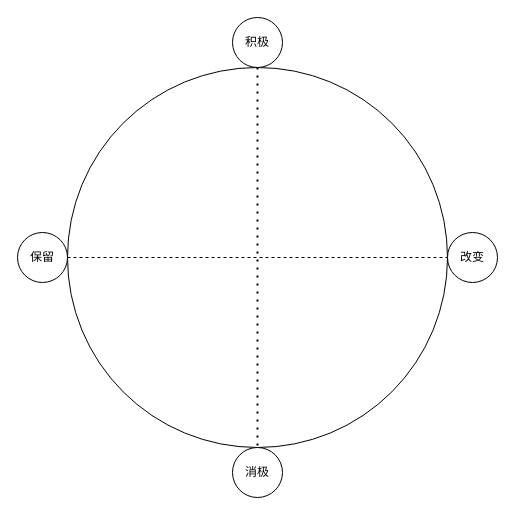
Above: 改变之轮.drawio in jack-sung/test (draw.io), before the change. Source tidied: cells renumbered, new cells numbered last; positions are measured from the earlier drawing's top-left corner, leaving out a move shared by most shapes. Both pictures are drawn from the tidied source at 100%, with x=0, y=0 at pixel (17, 17).
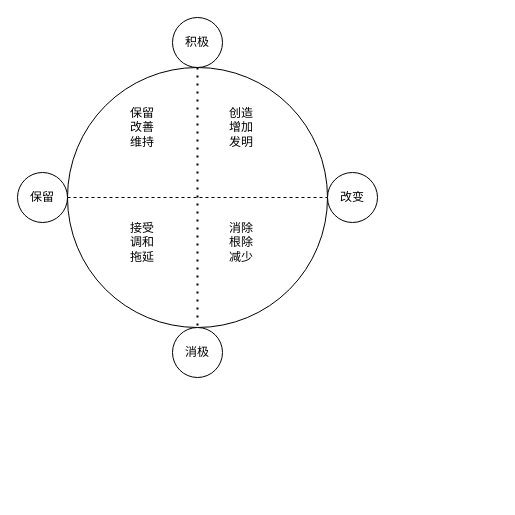
The same page after the edit.

Commit message (it also covers changes not shown here):
更新改变之轮.drawio

Diff of the diagram source:
```diff
@@
 <mxGraphModel>
   <root>
     <mxCell id="0" />
     <mxCell id="1" parent="0" />
     <mxCell id="2" style="ellipse;whiteSpace=wrap;html=1;" parent="1" vertex="1">
-      <mxGeometry x="50" y="50" width="380" height="380" as="geometry" />
+      <mxGeometry x="50" y="50" width="260" height="260" as="geometry" />
     </mxCell>
     <mxCell id="3" value="积极" style="ellipse;whiteSpace=wrap;html=1;" parent="1" vertex="1">
-      <mxGeometry x="215" width="50" height="50" as="geometry" />
+      <mxGeometry x="155" width="50" height="50" as="geometry" />
     </mxCell>
     <mxCell id="4" value="消极" style="ellipse;whiteSpace=wrap;html=1;" parent="1" vertex="1">
-      <mxGeometry x="215" y="430" width="50" height="50" as="geometry" />
+      <mxGeometry x="155" y="310" width="50" height="50" as="geometry" />
     </mxCell>
     <mxCell id="5" value="保留" style="ellipse;whiteSpace=wrap;html=1;" parent="1" vertex="1">
-      <mxGeometry y="215" width="50" height="50" as="geometry" />
+      <mxGeometry y="155" width="50" height="50" as="geometry" />
     </mxCell>
     <mxCell id="6" value="改变" style="ellipse;whiteSpace=wrap;html=1;" parent="1" vertex="1">
-      <mxGeometry x="430" y="215" width="50" height="50" as="geometry" />
+      <mxGeometry x="310" y="155" width="50" height="50" as="geometry" />
     </mxCell>
     <mxCell id="7" style="endArrow=none;dashed=1;html=1;dashPattern=1 3;strokeWidth=2;rounded=0;entryX=0.5;entryY=1;entryDx=0;entryDy=0;" parent="1" edge="1" source="3" target="2">
       <mxGeometry relative="1" as="geometry" />
     </mxCell>
     <mxCell id="8" style="endArrow=none;dashed=1;html=1;rounded=0;entryX=0;entryY=0.5;entryDx=0;entryDy=0;" parent="1" edge="1" source="5" target="6">
       <mxGeometry relative="1" as="geometry" />
     </mxCell>
+    <mxCell id="9" value="创造&lt;br&gt;增加&lt;br&gt;发明" style="text;html=1;strokeColor=none;fillColor=none;align=center;verticalAlign=middle;whiteSpace=wrap;rounded=0;" parent="1" vertex="1">
+      <mxGeometry x="194" y="90" width="60" height="40" as="geometry" />
+    </mxCell>
+    <mxCell id="10" value="消除&lt;br&gt;根除&lt;br&gt;减少" style="text;html=1;strokeColor=none;fillColor=none;align=center;verticalAlign=middle;whiteSpace=wrap;rounded=0;" parent="1" vertex="1">
+      <mxGeometry x="194" y="210" width="60" height="30" as="geometry" />
+    </mxCell>
+    <mxCell id="11" value="保留&lt;br&gt;改善&lt;br&gt;维持" style="text;html=1;strokeColor=none;fillColor=none;align=center;verticalAlign=middle;whiteSpace=wrap;rounded=0;" parent="1" vertex="1">
+      <mxGeometry x="95" y="95" width="60" height="30" as="geometry" />
+    </mxCell>
+    <mxCell id="12" value="接受&lt;br&gt;调和&lt;br&gt;拖延" style="text;html=1;strokeColor=none;fillColor=none;align=center;verticalAlign=middle;whiteSpace=wrap;rounded=0;" parent="1" vertex="1">
+      <mxGeometry x="95" y="210" width="60" height="30" as="geometry" />
+    </mxCell>
   </root>
 </mxGraphModel>
```
